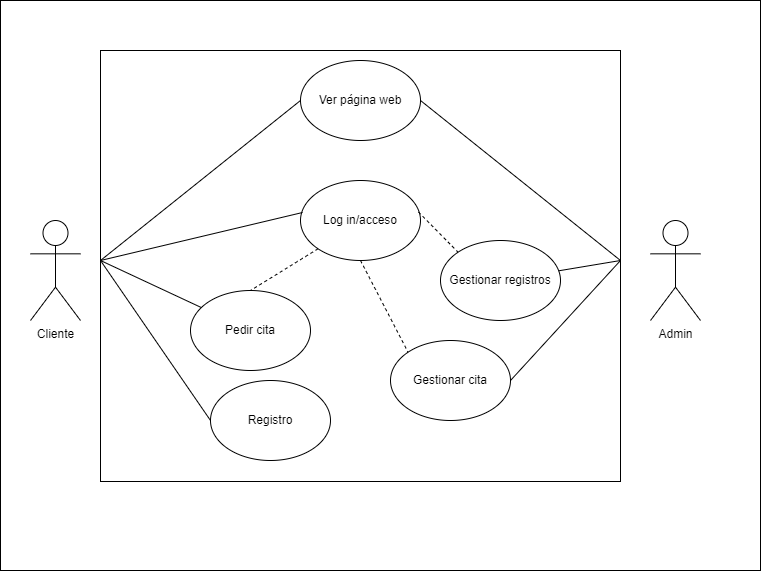
Earlier version of the draw.io export Documentos/imagenes doc/casos de uso.png (getAlexRibeiro/TFG_PELU). Source tidied: cells renumbered, new cells last; positions are measured from the earlier drawing's top-left corner, leaving out a move shared by most shapes.
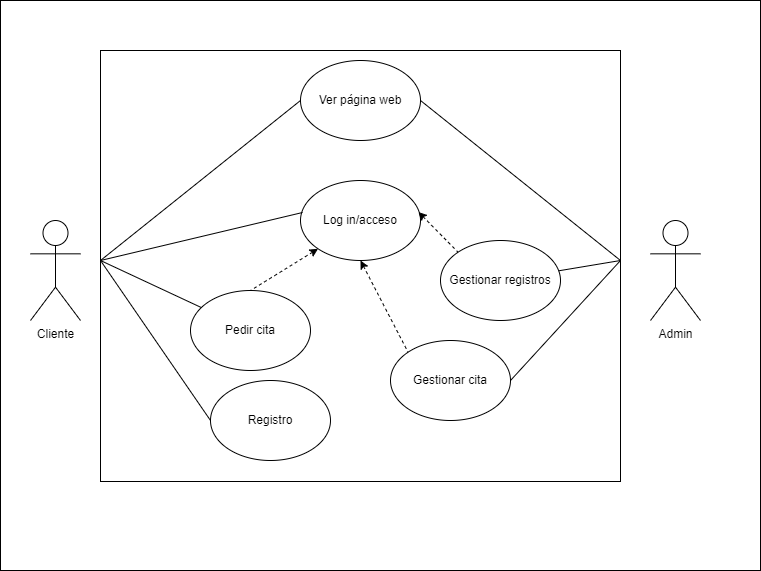
After the change.

Diff of the diagram source:
```diff
@@ -67,13 +67,13 @@
         <mxPoint x="620" y="260" as="targetPoint" />
       </mxGeometry>
     </mxCell>
-    <mxCell id="19" style="endArrow=none;dashed=1;html=1;rounded=0;exitX=0.983;exitY=0.394;exitDx=0;exitDy=0;exitPerimeter=0;entryX=0;entryY=0;entryDx=0;entryDy=0;" parent="1" edge="1" source="8" target="13">
+    <mxCell id="19" style="endArrow=none;dashed=1;html=1;rounded=0;exitX=0.983;exitY=0.394;exitDx=0;exitDy=0;exitPerimeter=0;entryX=0;entryY=0;entryDx=0;entryDy=0;startArrow=classic;startFill=1;" parent="1" edge="1" source="8" target="13">
       <mxGeometry relative="1" as="geometry" />
     </mxCell>
-    <mxCell id="20" style="endArrow=none;dashed=1;html=1;rounded=0;entryX=0;entryY=0;entryDx=0;entryDy=0;exitX=0.5;exitY=1;exitDx=0;exitDy=0;" parent="1" edge="1" source="8" target="12">
+    <mxCell id="20" style="endArrow=none;dashed=1;html=1;rounded=0;entryX=0;entryY=0;entryDx=0;entryDy=0;exitX=0.5;exitY=1;exitDx=0;exitDy=0;startArrow=classic;startFill=1;" parent="1" edge="1" source="8" target="12">
       <mxGeometry relative="1" as="geometry" />
     </mxCell>
-    <mxCell id="21" style="endArrow=none;dashed=1;html=1;rounded=0;entryX=0.5;entryY=0;entryDx=0;entryDy=0;exitX=0;exitY=1;exitDx=0;exitDy=0;" parent="1" edge="1" source="8" target="6">
+    <mxCell id="21" style="endArrow=none;dashed=1;html=1;rounded=0;entryX=0.5;entryY=0;entryDx=0;entryDy=0;exitX=0;exitY=1;exitDx=0;exitDy=0;endFill=0;startArrow=classic;startFill=1;" parent="1" edge="1" source="8" target="6">
       <mxGeometry relative="1" as="geometry" />
     </mxCell>
   </root>
```
